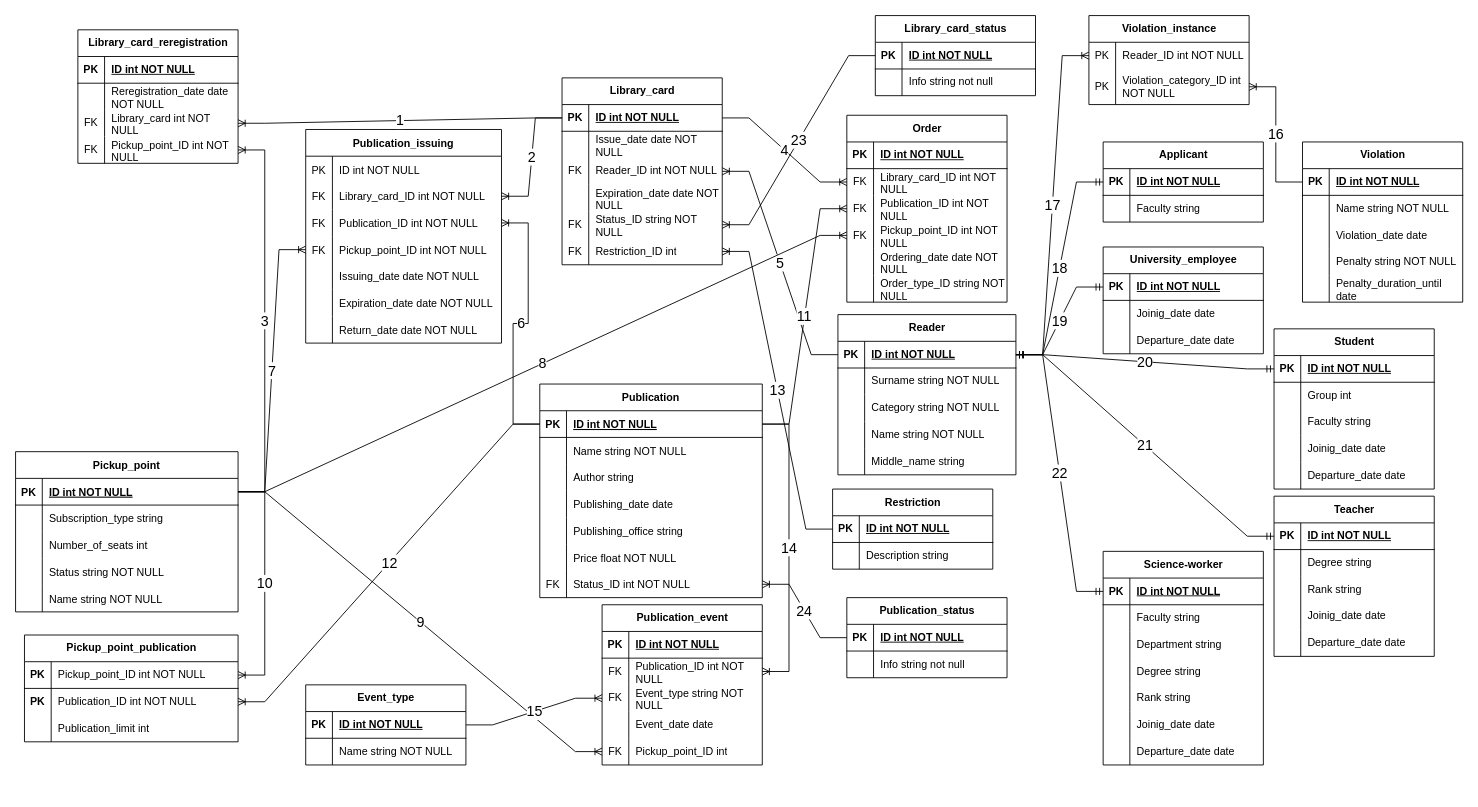
Before: university_library_project/er-model.drawio in helttek/nsu, a draw.io diagram. Source tidied: cells renumbered, new cells numbered last; positions are measured from the earlier drawing's top-left corner, leaving out a move shared by most shapes. Both pictures are drawn from the tidied source at 89%, with x=0, y=0 at pixel (15, 15).
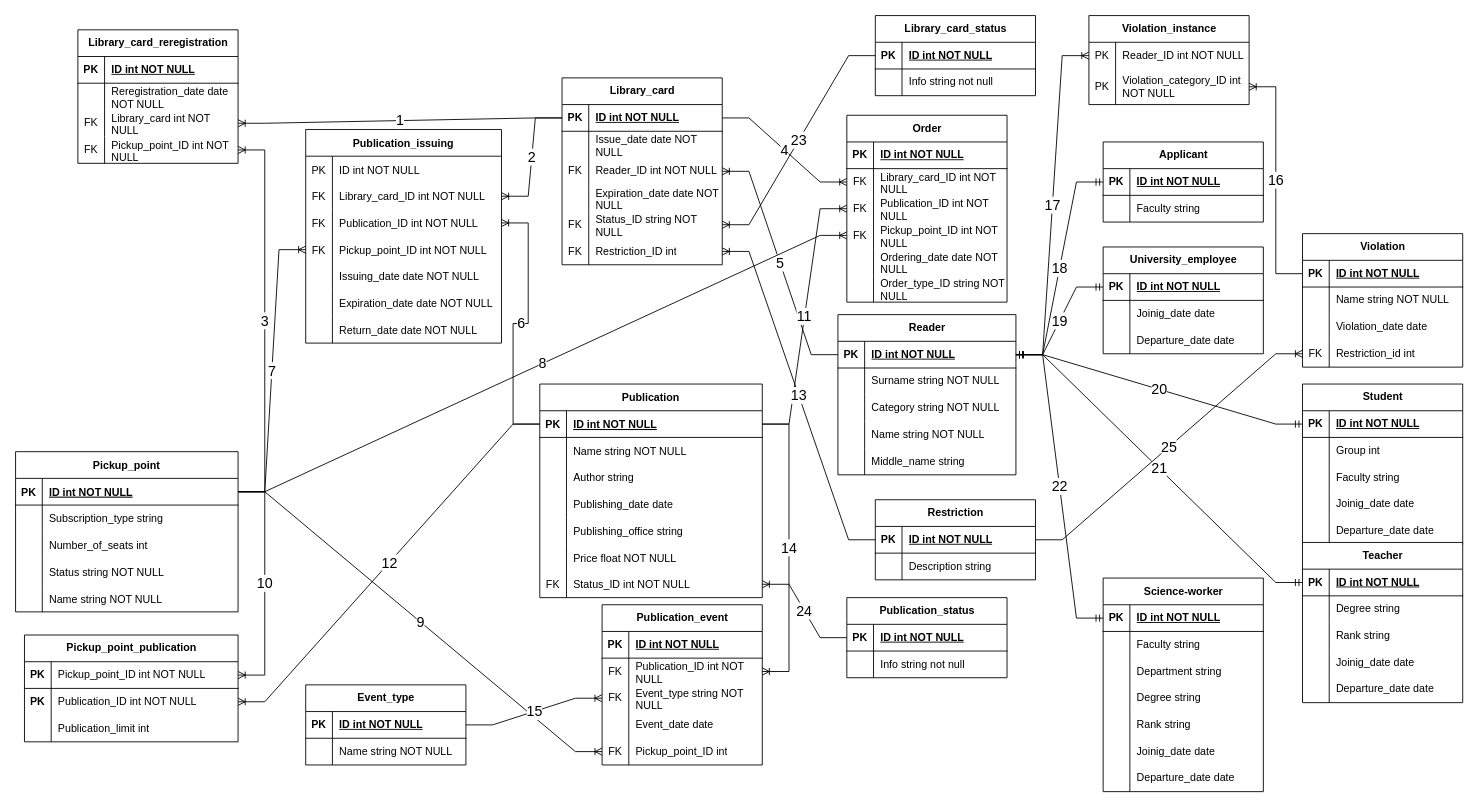
The same page after the edit.

Unchanged cells that the change refers to:
```xml
<mxCell id="187" style="shape=tableRow;horizontal=0;startSize=0;swimlaneHead=0;swimlaneBody=0;fillColor=none;points=[[0,0.5],[1,0.5]];portConstraint=eastwest;top=0;left=0;right=0;bottom=0;" parent="177" vertex="1">
  <mxGeometry y="120" width="180" height="30" as="geometry" />
</mxCell>
<mxCell id="228" style="shape=tableRow;horizontal=0;startSize=0;swimlaneHead=0;swimlaneBody=0;fillColor=none;points=[[0,0.5],[1,0.5]];portConstraint=eastwest;top=0;left=0;right=0;bottom=1;" parent="227" vertex="1">
  <mxGeometry y="30" width="180" height="30" as="geometry" />
</mxCell>
```

What changed in the source:
```diff
@@
     <mxCell id="78" value="Student" style="shape=table;startSize=30;childLayout=tableLayout;rowLines=0;fontStyle=1;align=center;html=1;" parent="1" vertex="1">
-      <mxGeometry x="1414" y="352" width="180" height="180" as="geometry" />
+      <mxGeometry x="1446" y="414" width="180" height="180" as="geometry" />
     </mxCell>
@@
     <mxCell id="177" value="Violation" style="shape=table;startSize=30;childLayout=tableLayout;rowLines=0;fontStyle=1;align=center;html=1;" parent="1" vertex="1">
-      <mxGeometry x="1446" y="142" width="180" height="180" as="geometry" />
+      <mxGeometry x="1446" y="245" width="180" height="150" as="geometry" />
     </mxCell>
@@
-    <mxCell id="188" style="shape=partialRectangle;fillColor=none;top=0;left=0;bottom=0;right=0;overflow=hidden;whiteSpace=wrap;html=1;" parent="187" vertex="1">
+    <mxCell id="188" value="FK" style="shape=partialRectangle;fillColor=none;top=0;left=0;bottom=0;right=0;overflow=hidden;whiteSpace=wrap;html=1;" parent="187" vertex="1">
       <mxGeometry width="30" height="30" as="geometry" />
     </mxCell>
-    <mxCell id="189" value="Penalty string NOT NULL" style="shape=partialRectangle;fillColor=none;top=0;left=0;bottom=0;right=0;align=left;spacingLeft=6;overflow=hidden;whiteSpace=wrap;html=1;" parent="187" vertex="1">
+    <mxCell id="189" value="Restriction_id int" style="shape=partialRectangle;fillColor=none;top=0;left=0;bottom=0;right=0;align=left;spacingLeft=6;overflow=hidden;whiteSpace=wrap;html=1;" parent="187" vertex="1">
       <mxGeometry x="30" width="150" height="30" as="geometry" />
     </mxCell>
-    <mxCell id="190" style="shape=tableRow;horizontal=0;startSize=0;swimlaneHead=0;swimlaneBody=0;fillColor=none;top=0;left=0;right=0;bottom=0;" parent="177" vertex="1">
-      <mxGeometry y="150" width="180" height="30" as="geometry" />
-    </mxCell>
-    <mxCell id="191" style="shape=partialRectangle;fillColor=none;top=0;left=0;bottom=0;right=0;overflow=hidden;whiteSpace=wrap;html=1;" parent="190" vertex="1">
-      <mxGeometry width="30" height="30" as="geometry" />
-    </mxCell>
-    <mxCell id="192" value="Penalty_duration_until date" style="shape=partialRectangle;fillColor=none;top=0;left=0;bottom=0;right=0;align=left;spacingLeft=6;overflow=hidden;whiteSpace=wrap;html=1;" parent="190" vertex="1">
-      <mxGeometry x="30" width="150" height="30" as="geometry" />
-    </mxCell>
@@
     <mxCell id="203" value="Teacher" style="shape=table;startSize=30;childLayout=tableLayout;rowLines=0;fontStyle=1;align=center;html=1;" parent="1" vertex="1">
-      <mxGeometry x="1414" y="540" width="180" height="180" as="geometry" />
+      <mxGeometry x="1446" y="592" width="180" height="180" as="geometry" />
     </mxCell>
@@
     <mxCell id="227" value="Restriction" style="shape=table;startSize=30;childLayout=tableLayout;rowLines=0;fontStyle=1;align=center;html=1;" parent="1" vertex="1">
-      <mxGeometry x="918" y="532" width="180" height="90" as="geometry" />
+      <mxGeometry x="966" y="544" width="180" height="90" as="geometry" />
     </mxCell>
@@
     <mxCell id="263" value="Science-worker" style="shape=table;startSize=30;childLayout=tableLayout;rowLines=0;fontStyle=1;align=center;html=1;" parent="1" vertex="1">
-      <mxGeometry x="1222" y="602" width="180" height="240" as="geometry" />
+      <mxGeometry x="1222" y="632" width="180" height="240" as="geometry" />
     </mxCell>
@@
+    <mxCell id="301" value="&lt;div&gt;&lt;font style=&quot;font-size: 16px;&quot;&gt;25&lt;/font&gt;&lt;/div&gt;" style="edgeStyle=entityRelationEdgeStyle;fontSize=12;html=1;endArrow=ERoneToMany;rounded=0;exitX=1;exitY=0.5;exitDx=0;exitDy=0;entryX=0;entryY=0.5;entryDx=0;entryDy=0;" parent="1" edge="1" source="228" target="187">
+      <mxGeometry relative="1" as="geometry" />
+    </mxCell>
```
